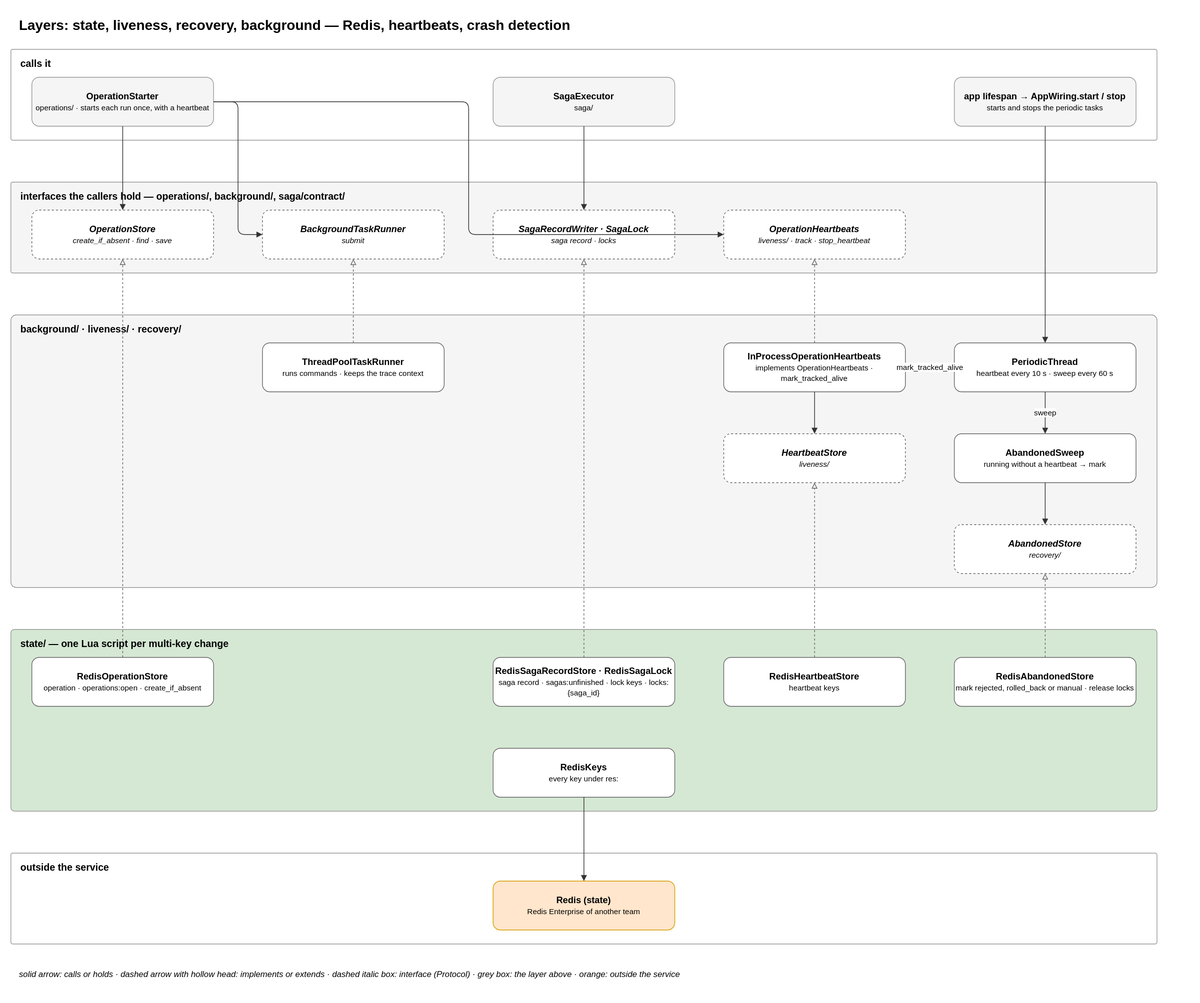
The draw.io diagram docs/diagrams/09-layer-state-liveness-recovery.drawio.svg in EliShteinman/redis-enterprise-services, before a commit. Source tidied: cells renumbered, new cells last; positions are measured from the earlier drawing's top-left corner, leaving out a move shared by most shapes. Source of this version:
```xml
<mxGraphModel>
  <root>
    <mxCell id="0" />
    <mxCell id="1" parent="0" />
    <mxCell id="2" value="&lt;b&gt;Layers: state, liveness, recovery, background — Redis, heartbeats, crash detection&lt;/b&gt;" style="text;html=1;fontSize=20;align=left;verticalAlign=middle;" parent="1" vertex="1">
      <mxGeometry x="10" width="1660" height="40" as="geometry" />
    </mxCell>
    <mxCell id="3" value="&lt;b&gt;calls it&lt;/b&gt;" style="rounded=1;arcSize=2;fillColor=#ffffff;strokeColor=#999999;verticalAlign=top;align=left;spacingLeft=12;spacingTop=6;html=1;fontSize=14;" parent="1" vertex="1">
      <mxGeometry y="55" width="1640" height="130" as="geometry" />
    </mxCell>
    <mxCell id="4" value="&lt;b&gt;OperationStarter&lt;/b&gt;&lt;br&gt;&lt;font style='font-size:11px'&gt;operations/ · starts each run once, with a heartbeat&lt;/font&gt;" style="rounded=1;whiteSpace=wrap;html=1;fillColor=#f5f5f5;strokeColor=#999999;fontSize=13;" parent="1" vertex="1">
      <mxGeometry x="30" y="95" width="260" height="70" as="geometry" />
    </mxCell>
    <mxCell id="5" value="&lt;b&gt;SagaExecutor&lt;/b&gt;&lt;br&gt;&lt;font style='font-size:11px'&gt;saga/&lt;/font&gt;" style="rounded=1;whiteSpace=wrap;html=1;fillColor=#f5f5f5;strokeColor=#999999;fontSize=13;" parent="1" vertex="1">
      <mxGeometry x="690" y="95" width="260" height="70" as="geometry" />
    </mxCell>
    <mxCell id="6" value="&lt;b&gt;app lifespan → AppWiring.start / stop&lt;/b&gt;&lt;br&gt;&lt;font style='font-size:11px'&gt;starts and stops the periodic tasks&lt;/font&gt;" style="rounded=1;whiteSpace=wrap;html=1;fillColor=#f5f5f5;strokeColor=#999999;fontSize=13;" parent="1" vertex="1">
      <mxGeometry x="1350" y="95" width="260" height="70" as="geometry" />
    </mxCell>
    <mxCell id="7" value="&lt;b&gt;interfaces the callers hold — operations/, background/, saga/contract/&lt;/b&gt;" style="rounded=1;arcSize=2;fillColor=#f5f5f5;strokeColor=#999999;verticalAlign=top;align=left;spacingLeft=12;spacingTop=6;html=1;fontSize=14;" parent="1" vertex="1">
      <mxGeometry y="245" width="1640" height="130" as="geometry" />
    </mxCell>
    <mxCell id="8" value="&lt;b&gt;OperationStore&lt;/b&gt;&lt;br&gt;&lt;font style='font-size:11px'&gt;create_if_absent · find · save&lt;/font&gt;" style="rounded=1;whiteSpace=wrap;html=1;fillColor=#ffffff;strokeColor=#666666;fontSize=13;dashed=1;fontStyle=2;" parent="1" vertex="1">
      <mxGeometry x="30" y="285" width="260" height="70" as="geometry" />
    </mxCell>
    <mxCell id="9" value="&lt;b&gt;BackgroundTaskRunner&lt;/b&gt;&lt;br&gt;&lt;font style='font-size:11px'&gt;submit&lt;/font&gt;" style="rounded=1;whiteSpace=wrap;html=1;fillColor=#ffffff;strokeColor=#666666;fontSize=13;dashed=1;fontStyle=2;" parent="1" vertex="1">
      <mxGeometry x="360" y="285" width="260" height="70" as="geometry" />
    </mxCell>
    <mxCell id="10" value="&lt;b&gt;SagaRecordWriter · SagaLock&lt;/b&gt;&lt;br&gt;&lt;font style='font-size:11px'&gt;saga record · locks&lt;/font&gt;" style="rounded=1;whiteSpace=wrap;html=1;fillColor=#ffffff;strokeColor=#666666;fontSize=13;dashed=1;fontStyle=2;" parent="1" vertex="1">
      <mxGeometry x="690" y="285" width="260" height="70" as="geometry" />
    </mxCell>
    <mxCell id="11" value="&lt;b&gt;background/ · liveness/ · recovery/&lt;/b&gt;" style="rounded=1;arcSize=2;fillColor=#f5f5f5;strokeColor=#999999;verticalAlign=top;align=left;spacingLeft=12;spacingTop=6;html=1;fontSize=14;" parent="1" vertex="1">
      <mxGeometry y="435" width="1640" height="390" as="geometry" />
    </mxCell>
    <mxCell id="12" value="&lt;b&gt;ThreadPoolTaskRunner&lt;/b&gt;&lt;br&gt;&lt;font style='font-size:11px'&gt;runs commands · keeps the trace context&lt;/font&gt;" style="rounded=1;whiteSpace=wrap;html=1;fillColor=#ffffff;strokeColor=#666666;fontSize=13;" parent="1" vertex="1">
      <mxGeometry x="360" y="475" width="260" height="70" as="geometry" />
    </mxCell>
    <mxCell id="13" value="&lt;b&gt;InProcessOperationHeartbeats&lt;/b&gt;&lt;br&gt;&lt;font style='font-size:11px'&gt;implements OperationHeartbeats · mark_tracked_alive&lt;/font&gt;" style="rounded=1;whiteSpace=wrap;html=1;fillColor=#ffffff;strokeColor=#666666;fontSize=13;" parent="1" vertex="1">
      <mxGeometry x="1020" y="475" width="260" height="70" as="geometry" />
    </mxCell>
    <mxCell id="14" value="&lt;b&gt;PeriodicThread&lt;/b&gt;&lt;br&gt;&lt;font style='font-size:11px'&gt;heartbeat every 10 s · sweep every 60 s&lt;/font&gt;" style="rounded=1;whiteSpace=wrap;html=1;fillColor=#ffffff;strokeColor=#666666;fontSize=13;" parent="1" vertex="1">
      <mxGeometry x="1350" y="475" width="260" height="70" as="geometry" />
    </mxCell>
    <mxCell id="15" value="&lt;b&gt;HeartbeatStore&lt;/b&gt;&lt;br&gt;&lt;font style='font-size:11px'&gt;liveness/&lt;/font&gt;" style="rounded=1;whiteSpace=wrap;html=1;fillColor=#ffffff;strokeColor=#666666;fontSize=13;dashed=1;fontStyle=2;" parent="1" vertex="1">
      <mxGeometry x="1020" y="605" width="260" height="70" as="geometry" />
    </mxCell>
    <mxCell id="16" value="&lt;b&gt;OperationHeartbeats&lt;/b&gt;&lt;br&gt;&lt;font style='font-size:11px'&gt;liveness/ · track · stop_heartbeat&lt;/font&gt;" style="rounded=1;whiteSpace=wrap;html=1;fillColor=#ffffff;strokeColor=#666666;fontSize=13;dashed=1;fontStyle=2;" parent="1" vertex="1">
      <mxGeometry x="1020" y="285" width="260" height="70" as="geometry" />
    </mxCell>
    <mxCell id="17" value="&lt;b&gt;AbandonedSweep&lt;/b&gt;&lt;br&gt;&lt;font style='font-size:11px'&gt;running without a heartbeat → mark&lt;/font&gt;" style="rounded=1;whiteSpace=wrap;html=1;fillColor=#ffffff;strokeColor=#666666;fontSize=13;" parent="1" vertex="1">
      <mxGeometry x="1350" y="605" width="260" height="70" as="geometry" />
    </mxCell>
    <mxCell id="18" value="&lt;b&gt;AbandonedStore&lt;/b&gt;&lt;br&gt;&lt;font style='font-size:11px'&gt;recovery/&lt;/font&gt;" style="rounded=1;whiteSpace=wrap;html=1;fillColor=#ffffff;strokeColor=#666666;fontSize=13;dashed=1;fontStyle=2;" parent="1" vertex="1">
      <mxGeometry x="1350" y="735" width="260" height="70" as="geometry" />
    </mxCell>
    <mxCell id="19" value="&lt;b&gt;state/ — one Lua script per multi-key change&lt;/b&gt;" style="rounded=1;arcSize=2;fillColor=#d5e8d4;strokeColor=#999999;verticalAlign=top;align=left;spacingLeft=12;spacingTop=6;html=1;fontSize=14;" parent="1" vertex="1">
      <mxGeometry y="885" width="1640" height="260" as="geometry" />
    </mxCell>
    <mxCell id="20" value="&lt;b&gt;RedisOperationStore&lt;/b&gt;&lt;br&gt;&lt;font style='font-size:11px'&gt;operation · operations:open · create_if_absent&lt;/font&gt;" style="rounded=1;whiteSpace=wrap;html=1;fillColor=#ffffff;strokeColor=#666666;fontSize=13;" parent="1" vertex="1">
      <mxGeometry x="30" y="925" width="260" height="70" as="geometry" />
    </mxCell>
    <mxCell id="21" value="&lt;b&gt;RedisSagaRecordStore · RedisSagaLock&lt;/b&gt;&lt;br&gt;&lt;font style='font-size:11px'&gt;saga record · sagas:unfinished · lock keys · locks:{saga_id}&lt;/font&gt;" style="rounded=1;whiteSpace=wrap;html=1;fillColor=#ffffff;strokeColor=#666666;fontSize=13;" parent="1" vertex="1">
      <mxGeometry x="690" y="925" width="260" height="70" as="geometry" />
    </mxCell>
    <mxCell id="22" value="&lt;b&gt;RedisHeartbeatStore&lt;/b&gt;&lt;br&gt;&lt;font style='font-size:11px'&gt;heartbeat keys&lt;/font&gt;" style="rounded=1;whiteSpace=wrap;html=1;fillColor=#ffffff;strokeColor=#666666;fontSize=13;" parent="1" vertex="1">
      <mxGeometry x="1020" y="925" width="260" height="70" as="geometry" />
    </mxCell>
    <mxCell id="23" value="&lt;b&gt;RedisAbandonedStore&lt;/b&gt;&lt;br&gt;&lt;font style='font-size:11px'&gt;mark rejected, rolled_back or manual · release locks&lt;/font&gt;" style="rounded=1;whiteSpace=wrap;html=1;fillColor=#ffffff;strokeColor=#666666;fontSize=13;" parent="1" vertex="1">
      <mxGeometry x="1350" y="925" width="260" height="70" as="geometry" />
    </mxCell>
    <mxCell id="24" value="&lt;b&gt;RedisKeys&lt;/b&gt;&lt;br&gt;&lt;font style='font-size:11px'&gt;every key under res:&lt;/font&gt;" style="rounded=1;whiteSpace=wrap;html=1;fillColor=#ffffff;strokeColor=#666666;fontSize=13;" parent="1" vertex="1">
      <mxGeometry x="690" y="1055" width="260" height="70" as="geometry" />
    </mxCell>
    <mxCell id="25" value="&lt;b&gt;outside the service&lt;/b&gt;" style="rounded=1;arcSize=2;fillColor=#ffffff;strokeColor=#999999;verticalAlign=top;align=left;spacingLeft=12;spacingTop=6;html=1;fontSize=14;" parent="1" vertex="1">
      <mxGeometry y="1205" width="1640" height="130" as="geometry" />
    </mxCell>
    <mxCell id="26" value="&lt;b&gt;Redis (state)&lt;/b&gt;&lt;br&gt;&lt;font style='font-size:11px'&gt;Redis Enterprise of another team&lt;/font&gt;" style="rounded=1;whiteSpace=wrap;html=1;fillColor=#ffe6cc;strokeColor=#d79b00;fontSize=13;" parent="1" vertex="1">
      <mxGeometry x="690" y="1245" width="260" height="70" as="geometry" />
    </mxCell>
    <mxCell id="27" style="edgeStyle=orthogonalEdgeStyle;rounded=1;html=1;fontSize=11;labelBackgroundColor=#ffffff;exitX=0.5;exitY=1;entryX=0.5;entryY=0;endArrow=block;strokeColor=#333333;" parent="1" edge="1" source="4" target="8">
      <mxGeometry relative="1" as="geometry" />
    </mxCell>
    <mxCell id="28" style="edgeStyle=orthogonalEdgeStyle;rounded=1;html=1;fontSize=11;labelBackgroundColor=#ffffff;exitX=1;exitY=0.5;entryX=0;entryY=0.5;endArrow=block;strokeColor=#333333;" parent="1" edge="1" source="4" target="9">
      <mxGeometry relative="1" as="geometry" />
    </mxCell>
    <mxCell id="29" style="edgeStyle=orthogonalEdgeStyle;rounded=1;html=1;fontSize=11;labelBackgroundColor=#ffffff;exitX=0.5;exitY=1;entryX=0.5;entryY=0;endArrow=block;strokeColor=#333333;" parent="1" edge="1" source="5" target="10">
      <mxGeometry relative="1" as="geometry" />
    </mxCell>
    <mxCell id="30" style="edgeStyle=orthogonalEdgeStyle;rounded=1;html=1;fontSize=11;labelBackgroundColor=#ffffff;exitX=0.5;exitY=1;entryX=0.5;entryY=0;endArrow=block;strokeColor=#333333;" parent="1" edge="1" source="6" target="14">
      <mxGeometry relative="1" as="geometry" />
    </mxCell>
    <mxCell id="31" style="edgeStyle=orthogonalEdgeStyle;rounded=1;html=1;fontSize=11;labelBackgroundColor=#ffffff;exitX=0.5;exitY=0;entryX=0.5;entryY=1;endArrow=block;endFill=0;dashed=1;strokeColor=#666666;" parent="1" edge="1" source="12" target="9">
      <mxGeometry relative="1" as="geometry" />
    </mxCell>
    <mxCell id="32" value="mark_tracked_alive" style="edgeStyle=orthogonalEdgeStyle;rounded=1;html=1;fontSize=11;labelBackgroundColor=#ffffff;exitX=0;exitY=0.5;entryX=1;entryY=0.5;endArrow=block;strokeColor=#333333;" parent="1" edge="1" source="14" target="13">
      <mxGeometry relative="1" as="geometry" />
    </mxCell>
    <mxCell id="33" value="sweep" style="edgeStyle=orthogonalEdgeStyle;rounded=1;html=1;fontSize=11;labelBackgroundColor=#ffffff;exitX=0.5;exitY=1;entryX=0.5;entryY=0;endArrow=block;strokeColor=#333333;" parent="1" edge="1" source="14" target="17">
      <mxGeometry relative="1" as="geometry" />
    </mxCell>
    <mxCell id="34" style="edgeStyle=orthogonalEdgeStyle;rounded=1;html=1;fontSize=11;labelBackgroundColor=#ffffff;exitX=0.5;exitY=1;entryX=0.5;entryY=0;endArrow=block;strokeColor=#333333;" parent="1" edge="1" source="13" target="15">
      <mxGeometry relative="1" as="geometry" />
    </mxCell>
    <mxCell id="35" style="edgeStyle=orthogonalEdgeStyle;rounded=1;html=1;fontSize=11;labelBackgroundColor=#ffffff;exitX=0.5;exitY=1;entryX=0.5;entryY=0;endArrow=block;strokeColor=#333333;" parent="1" edge="1" source="17" target="18">
      <mxGeometry relative="1" as="geometry" />
    </mxCell>
    <mxCell id="36" style="edgeStyle=orthogonalEdgeStyle;rounded=1;html=1;fontSize=11;labelBackgroundColor=#ffffff;exitX=0.5;exitY=0;entryX=0.5;entryY=1;endArrow=block;endFill=0;dashed=1;strokeColor=#666666;" parent="1" edge="1" source="20" target="8">
      <mxGeometry relative="1" as="geometry" />
    </mxCell>
    <mxCell id="37" style="edgeStyle=orthogonalEdgeStyle;rounded=1;html=1;fontSize=11;labelBackgroundColor=#ffffff;exitX=0.5;exitY=0;entryX=0.5;entryY=1;endArrow=block;endFill=0;dashed=1;strokeColor=#666666;" parent="1" edge="1" source="21" target="10">
      <mxGeometry relative="1" as="geometry" />
    </mxCell>
    <mxCell id="38" style="edgeStyle=orthogonalEdgeStyle;rounded=1;html=1;fontSize=11;labelBackgroundColor=#ffffff;exitX=0.5;exitY=0;entryX=0.5;entryY=1;endArrow=block;endFill=0;dashed=1;strokeColor=#666666;" parent="1" edge="1" source="22" target="15">
      <mxGeometry relative="1" as="geometry" />
    </mxCell>
    <mxCell id="39" style="edgeStyle=orthogonalEdgeStyle;rounded=1;html=1;fontSize=11;labelBackgroundColor=#ffffff;exitX=0.5;exitY=0;entryX=0.5;entryY=1;endArrow=block;endFill=0;dashed=1;strokeColor=#666666;" parent="1" edge="1" source="23" target="18">
      <mxGeometry relative="1" as="geometry" />
    </mxCell>
    <mxCell id="40" style="edgeStyle=orthogonalEdgeStyle;rounded=1;html=1;fontSize=11;labelBackgroundColor=#ffffff;exitX=0.5;exitY=1;entryX=0.5;entryY=0;endArrow=block;strokeColor=#333333;" parent="1" edge="1" source="24" target="26">
      <mxGeometry relative="1" as="geometry" />
    </mxCell>
    <mxCell id="41" value="&lt;i&gt;solid arrow: calls or holds · dashed arrow with hollow head: implements or extends · dashed italic box: interface (Protocol) · grey box: the layer above · orange: outside the service&lt;/i&gt;" style="text;html=1;fontSize=12;align=left;" parent="1" vertex="1">
      <mxGeometry x="10" y="1365" width="1660" height="24" as="geometry" />
    </mxCell>
    <mxCell id="42" style="edgeStyle=orthogonalEdgeStyle;rounded=1;html=1;fontSize=11;labelBackgroundColor=#ffffff;exitX=1;exitY=0.5;entryX=0;entryY=0.5;endArrow=block;strokeColor=#333333;" parent="1" edge="1" source="4" target="16">
      <mxGeometry relative="1" as="geometry" />
    </mxCell>
    <mxCell id="43" style="edgeStyle=orthogonalEdgeStyle;rounded=1;html=1;fontSize=11;labelBackgroundColor=#ffffff;exitX=0.5;exitY=0;entryX=0.5;entryY=1;endArrow=block;endFill=0;dashed=1;strokeColor=#666666;" parent="1" edge="1" source="13" target="16">
      <mxGeometry relative="1" as="geometry" />
    </mxCell>
  </root>
</mxGraphModel>
```
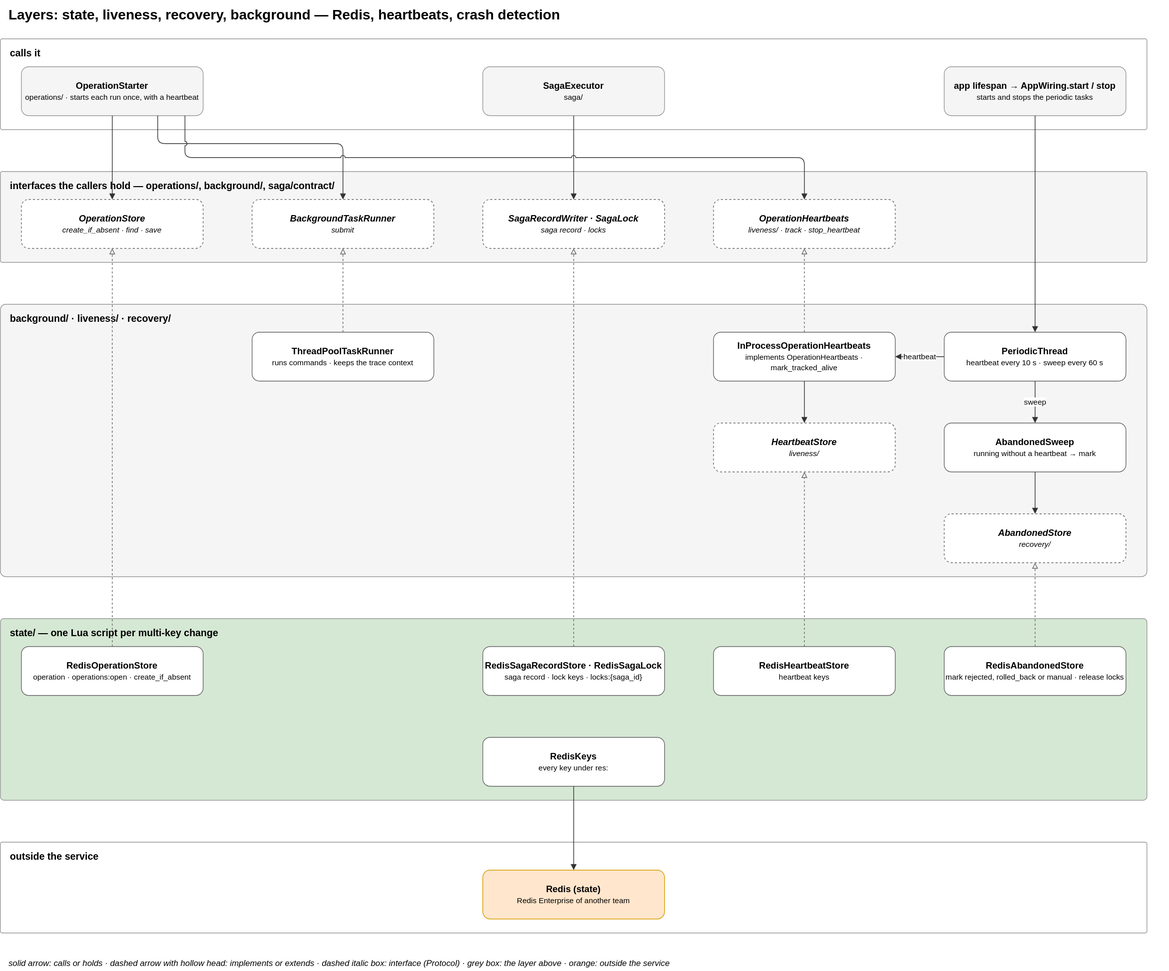
The same diagram one commit later.

Commit message:
docs(diagrams): no sagas:unfinished; operations:open holds running operations only

What changed in the source:
```diff
@@ -59,7 +59,7 @@
     <mxCell id="20" value="&lt;b&gt;RedisOperationStore&lt;/b&gt;&lt;br&gt;&lt;font style='font-size:11px'&gt;operation · operations:open · create_if_absent&lt;/font&gt;" style="rounded=1;whiteSpace=wrap;html=1;fillColor=#ffffff;strokeColor=#666666;fontSize=13;" parent="1" vertex="1">
       <mxGeometry x="30" y="925" width="260" height="70" as="geometry" />
     </mxCell>
-    <mxCell id="21" value="&lt;b&gt;RedisSagaRecordStore · RedisSagaLock&lt;/b&gt;&lt;br&gt;&lt;font style='font-size:11px'&gt;saga record · sagas:unfinished · lock keys · locks:{saga_id}&lt;/font&gt;" style="rounded=1;whiteSpace=wrap;html=1;fillColor=#ffffff;strokeColor=#666666;fontSize=13;" parent="1" vertex="1">
+    <mxCell id="21" value="&lt;b&gt;RedisSagaRecordStore · RedisSagaLock&lt;/b&gt;&lt;br&gt;&lt;font style='font-size:11px'&gt;saga record · lock keys · locks:{saga_id}&lt;/font&gt;" style="rounded=1;whiteSpace=wrap;html=1;fillColor=#ffffff;strokeColor=#666666;fontSize=13;" parent="1" vertex="1">
       <mxGeometry x="690" y="925" width="260" height="70" as="geometry" />
     </mxCell>
     <mxCell id="22" value="&lt;b&gt;RedisHeartbeatStore&lt;/b&gt;&lt;br&gt;&lt;font style='font-size:11px'&gt;heartbeat keys&lt;/font&gt;" style="rounded=1;whiteSpace=wrap;html=1;fillColor=#ffffff;strokeColor=#666666;fontSize=13;" parent="1" vertex="1">
@@ -80,8 +80,13 @@
     <mxCell id="27" style="edgeStyle=orthogonalEdgeStyle;rounded=1;html=1;fontSize=11;labelBackgroundColor=#ffffff;exitX=0.5;exitY=1;entryX=0.5;entryY=0;endArrow=block;strokeColor=#333333;" parent="1" edge="1" source="4" target="8">
       <mxGeometry relative="1" as="geometry" />
     </mxCell>
-    <mxCell id="28" style="edgeStyle=orthogonalEdgeStyle;rounded=1;html=1;fontSize=11;labelBackgroundColor=#ffffff;exitX=1;exitY=0.5;entryX=0;entryY=0.5;endArrow=block;strokeColor=#333333;" parent="1" edge="1" source="4" target="9">
-      <mxGeometry relative="1" as="geometry" />
+    <mxCell id="28" style="edgeStyle=orthogonalEdgeStyle;rounded=1;html=1;fontSize=11;labelBackgroundColor=#ffffff;exitX=0.75;exitY=1;entryX=0.5;entryY=0;endArrow=block;strokeColor=#333333;" parent="1" edge="1" source="4" target="9">
+      <mxGeometry relative="1" as="geometry">
+        <Array as="points">
+          <mxPoint x="225" y="205" />
+          <mxPoint x="490" y="205" />
+        </Array>
+      </mxGeometry>
     </mxCell>
     <mxCell id="29" style="edgeStyle=orthogonalEdgeStyle;rounded=1;html=1;fontSize=11;labelBackgroundColor=#ffffff;exitX=0.5;exitY=1;entryX=0.5;entryY=0;endArrow=block;strokeColor=#333333;" parent="1" edge="1" source="5" target="10">
       <mxGeometry relative="1" as="geometry" />
@@ -92,7 +97,7 @@
     <mxCell id="31" style="edgeStyle=orthogonalEdgeStyle;rounded=1;html=1;fontSize=11;labelBackgroundColor=#ffffff;exitX=0.5;exitY=0;entryX=0.5;entryY=1;endArrow=block;endFill=0;dashed=1;strokeColor=#666666;" parent="1" edge="1" source="12" target="9">
       <mxGeometry relative="1" as="geometry" />
     </mxCell>
-    <mxCell id="32" value="mark_tracked_alive" style="edgeStyle=orthogonalEdgeStyle;rounded=1;html=1;fontSize=11;labelBackgroundColor=#ffffff;exitX=0;exitY=0.5;entryX=1;entryY=0.5;endArrow=block;strokeColor=#333333;" parent="1" edge="1" source="14" target="13">
+    <mxCell id="32" value="heartbeat" style="edgeStyle=orthogonalEdgeStyle;rounded=1;html=1;fontSize=11;labelBackgroundColor=#ffffff;exitX=0;exitY=0.5;entryX=1;entryY=0.5;endArrow=block;strokeColor=#333333;" parent="1" edge="1" source="14" target="13">
       <mxGeometry relative="1" as="geometry" />
     </mxCell>
     <mxCell id="33" value="sweep" style="edgeStyle=orthogonalEdgeStyle;rounded=1;html=1;fontSize=11;labelBackgroundColor=#ffffff;exitX=0.5;exitY=1;entryX=0.5;entryY=0;endArrow=block;strokeColor=#333333;" parent="1" edge="1" source="14" target="17">
@@ -122,8 +127,13 @@
     <mxCell id="41" value="&lt;i&gt;solid arrow: calls or holds · dashed arrow with hollow head: implements or extends · dashed italic box: interface (Protocol) · grey box: the layer above · orange: outside the service&lt;/i&gt;" style="text;html=1;fontSize=12;align=left;" parent="1" vertex="1">
       <mxGeometry x="10" y="1365" width="1660" height="24" as="geometry" />
     </mxCell>
-    <mxCell id="42" style="edgeStyle=orthogonalEdgeStyle;rounded=1;html=1;fontSize=11;labelBackgroundColor=#ffffff;exitX=1;exitY=0.5;entryX=0;entryY=0.5;endArrow=block;strokeColor=#333333;" parent="1" edge="1" source="4" target="16">
-      <mxGeometry relative="1" as="geometry" />
+    <mxCell id="42" style="edgeStyle=orthogonalEdgeStyle;rounded=1;html=1;fontSize=11;labelBackgroundColor=#ffffff;exitX=0.9;exitY=1;entryX=0.5;entryY=0;jumpStyle=arc;endArrow=block;strokeColor=#333333;" parent="1" edge="1" source="4" target="16">
+      <mxGeometry relative="1" as="geometry">
+        <Array as="points">
+          <mxPoint x="264" y="225" />
+          <mxPoint x="1150" y="225" />
+        </Array>
+      </mxGeometry>
     </mxCell>
     <mxCell id="43" style="edgeStyle=orthogonalEdgeStyle;rounded=1;html=1;fontSize=11;labelBackgroundColor=#ffffff;exitX=0.5;exitY=0;entryX=0.5;entryY=1;endArrow=block;endFill=0;dashed=1;strokeColor=#666666;" parent="1" edge="1" source="13" target="16">
       <mxGeometry relative="1" as="geometry" />
```
